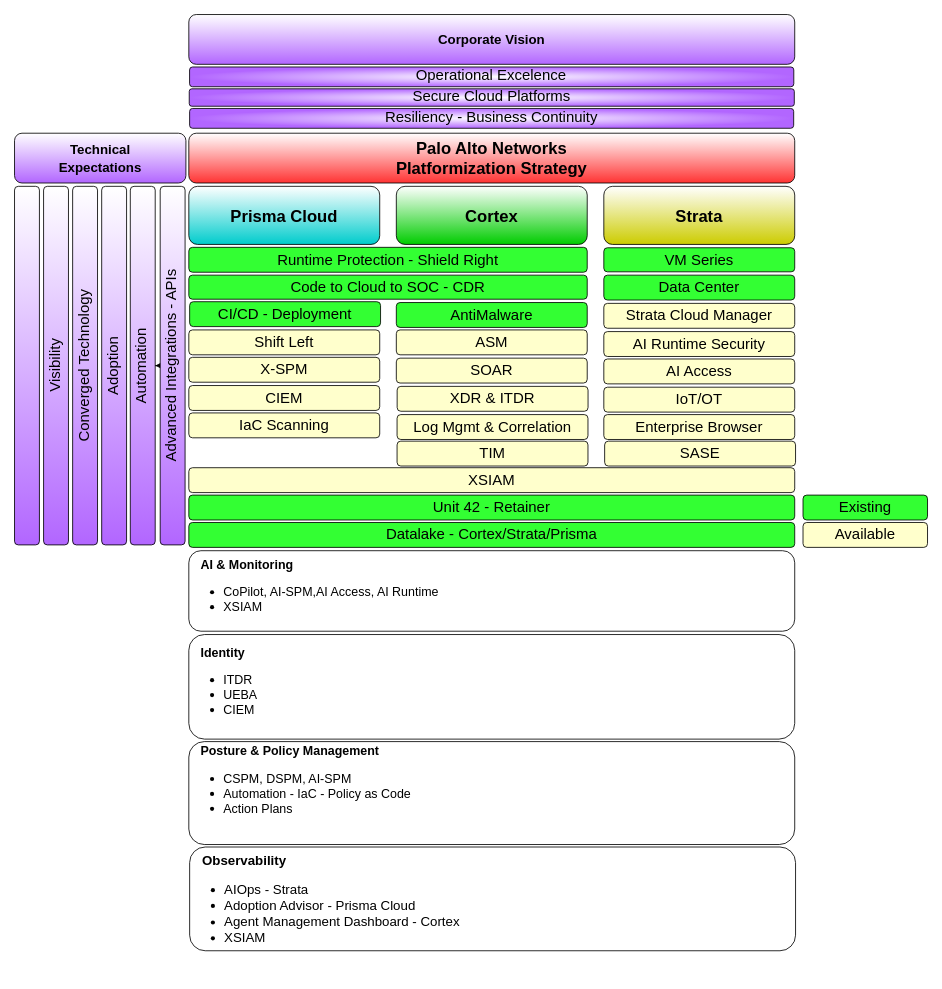
lcastrose/architecture keeps this draw.io diagram as page "Long Term Details" (3 of 3) of BanColombia.drawio. Above is the earlier version. Source tidied: cells renumbered, new cells numbered last; positions are measured from the earlier drawing's top-left corner, leaving out a move shared by most shapes. Both pictures are drawn from the tidied source at 83%, with x=0, y=0 at pixel (14, -226).
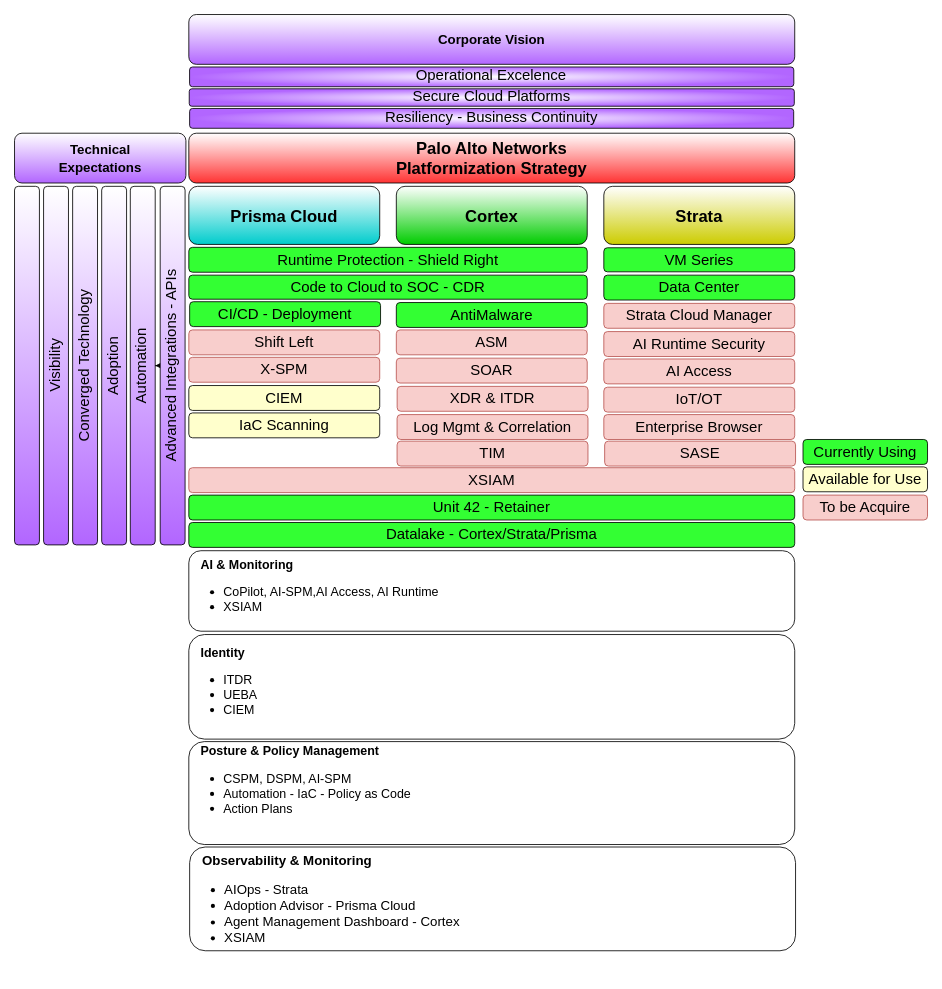
Above is the later version.

What changed in the source:
```diff
@@
-    <mxCell id="9" value="&lt;b&gt;&amp;nbsp; &amp;nbsp;Observability&lt;/b&gt;&lt;div&gt;&lt;ul&gt;&lt;li&gt;AIOps - Strata&lt;/li&gt;&lt;li&gt;Adoption Advisor - Prisma Cloud&lt;/li&gt;&lt;li&gt;Agent Management Dashboard - Cortex&lt;/li&gt;&lt;li&gt;XSIAM&lt;/li&gt;&lt;/ul&gt;&lt;/div&gt;&lt;div&gt;&lt;br&gt;&lt;/div&gt;" style="rounded=1;whiteSpace=wrap;html=1;fontSize=16;align=left;verticalAlign=top;" parent="1" vertex="1">
+    <mxCell id="9" value="&lt;b&gt;&amp;nbsp; &amp;nbsp;Observability &amp;amp; Monitoring&lt;/b&gt;&lt;div&gt;&lt;ul&gt;&lt;li&gt;AIOps - Strata&lt;/li&gt;&lt;li&gt;Adoption Advisor - Prisma Cloud&lt;/li&gt;&lt;li&gt;Agent Management Dashboard - Cortex&lt;/li&gt;&lt;li&gt;XSIAM&lt;/li&gt;&lt;/ul&gt;&lt;/div&gt;&lt;div&gt;&lt;br&gt;&lt;/div&gt;" style="rounded=1;whiteSpace=wrap;html=1;fontSize=16;align=left;verticalAlign=top;" parent="1" vertex="1">
       <mxGeometry x="211" y="1292" width="730" height="125" as="geometry" />
     </mxCell>
@@
-    <mxCell id="15" value="Strata Cloud Manager" style="rounded=1;whiteSpace=wrap;html=1;fontSize=18;fillColor=#FFFFCC;" parent="1" vertex="1">
+    <mxCell id="15" value="Strata Cloud Manager" style="rounded=1;whiteSpace=wrap;html=1;fontSize=18;fillColor=#f8cecc;strokeColor=#b85450;" parent="1" vertex="1">
       <mxGeometry x="710" y="637" width="230" height="30" as="geometry" />
     </mxCell>
@@
-    <mxCell id="20" value="Enterprise Browser" style="rounded=1;whiteSpace=wrap;html=1;fontSize=18;fillColor=#FFFFCC;" parent="1" vertex="1">
+    <mxCell id="20" value="Enterprise Browser" style="rounded=1;whiteSpace=wrap;html=1;fontSize=18;fillColor=#f8cecc;strokeColor=#b85450;" parent="1" vertex="1">
       <mxGeometry x="710" y="771" width="230" height="30" as="geometry" />
     </mxCell>
@@
-    <mxCell id="22" value="Shift Left" style="rounded=1;whiteSpace=wrap;html=1;fontSize=18;fillColor=#FFFFCC;" parent="1" vertex="1">
+    <mxCell id="22" value="Shift Left" style="rounded=1;whiteSpace=wrap;html=1;fontSize=18;fillColor=#f8cecc;strokeColor=#b85450;" parent="1" vertex="1">
       <mxGeometry x="210" y="669" width="230" height="30" as="geometry" />
     </mxCell>
-    <mxCell id="23" value="X-SPM" style="rounded=1;whiteSpace=wrap;html=1;fontSize=18;fillColor=#FFFFCC;" parent="1" vertex="1">
+    <mxCell id="23" value="X-SPM" style="rounded=1;whiteSpace=wrap;html=1;fontSize=18;fillColor=#f8cecc;strokeColor=#b85450;" parent="1" vertex="1">
       <mxGeometry x="210" y="702" width="230" height="30" as="geometry" />
     </mxCell>
@@
-    <mxCell id="25" value="IoT/OT" style="rounded=1;whiteSpace=wrap;html=1;fontSize=18;strokeWidth=1;strokeColor=#000000;fillColor=#FFFFCC;" parent="1" vertex="1">
+    <mxCell id="25" value="IoT/OT" style="rounded=1;whiteSpace=wrap;html=1;fontSize=18;strokeWidth=1;strokeColor=#b85450;fillColor=#f8cecc;" parent="1" vertex="1">
       <mxGeometry x="710" y="738" width="230" height="30" as="geometry" />
     </mxCell>
@@
-    <mxCell id="33" value="XSIAM" style="rounded=1;whiteSpace=wrap;html=1;fontSize=18;fillColor=#FFFFCC;" parent="1" vertex="1">
+    <mxCell id="33" value="XSIAM" style="rounded=1;whiteSpace=wrap;html=1;fontSize=18;fillColor=#f8cecc;strokeColor=#b85450;" parent="1" vertex="1">
       <mxGeometry x="210" y="835" width="730" height="30" as="geometry" />
     </mxCell>
@@
-    <mxCell id="35" value="AI Runtime Security" style="rounded=1;whiteSpace=wrap;html=1;fontSize=18;fillColor=#FFFFCC;" parent="1" vertex="1">
+    <mxCell id="35" value="AI Runtime Security" style="rounded=1;whiteSpace=wrap;html=1;fontSize=18;fillColor=#f8cecc;strokeColor=#b85450;" parent="1" vertex="1">
       <mxGeometry x="710" y="671" width="230" height="30" as="geometry" />
     </mxCell>
-    <mxCell id="36" value="AI Access" style="rounded=1;whiteSpace=wrap;html=1;fontSize=18;fillColor=#FFFFCC;" parent="1" vertex="1">
+    <mxCell id="36" value="AI Access" style="rounded=1;whiteSpace=wrap;html=1;fontSize=18;fillColor=#f8cecc;strokeColor=#b85450;" parent="1" vertex="1">
       <mxGeometry x="710" y="704" width="230" height="30" as="geometry" />
     </mxCell>
-    <mxCell id="37" value="Existing" style="rounded=1;whiteSpace=wrap;html=1;fontSize=18;strokeWidth=1;strokeColor=#000000;fillColor=#33FF33;" parent="1" vertex="1">
-      <mxGeometry x="950" y="868" width="150" height="30" as="geometry" />
+    <mxCell id="37" value="Currently Using" style="rounded=1;whiteSpace=wrap;html=1;fontSize=18;strokeWidth=1;strokeColor=#000000;fillColor=#33FF33;" parent="1" vertex="1">
+      <mxGeometry x="950" y="801" width="150" height="30" as="geometry" />
     </mxCell>
-    <mxCell id="38" value="Available" style="rounded=1;whiteSpace=wrap;html=1;fontSize=18;fillColor=#FFFFCC;" parent="1" vertex="1">
-      <mxGeometry x="950" y="901" width="150" height="30" as="geometry" />
+    <mxCell id="38" value="Available for Use" style="rounded=1;whiteSpace=wrap;html=1;fontSize=18;fillColor=#FFFFCC;" parent="1" vertex="1">
+      <mxGeometry x="950" y="834" width="150" height="30" as="geometry" />
     </mxCell>
@@
-    <mxCell id="41" value="SASE" style="rounded=1;whiteSpace=wrap;html=1;fontSize=18;fillColor=#FFFFCC;" parent="1" vertex="1">
+    <mxCell id="41" value="SASE" style="rounded=1;whiteSpace=wrap;html=1;fontSize=18;fillColor=#f8cecc;strokeColor=#b85450;" parent="1" vertex="1">
       <mxGeometry x="711" y="803" width="230" height="30" as="geometry" />
     </mxCell>
@@
-    <mxCell id="43" value="ASM" style="rounded=1;whiteSpace=wrap;html=1;fontSize=18;fillColor=#FFFFCC;" parent="1" vertex="1">
+    <mxCell id="43" value="ASM" style="rounded=1;whiteSpace=wrap;html=1;fontSize=18;fillColor=#f8cecc;strokeColor=#b85450;" parent="1" vertex="1">
       <mxGeometry x="460" y="669" width="230" height="30" as="geometry" />
     </mxCell>
-    <mxCell id="44" value="SOAR" style="rounded=1;whiteSpace=wrap;html=1;fontSize=18;fillColor=#FFFFCC;" parent="1" vertex="1">
+    <mxCell id="44" value="SOAR" style="rounded=1;whiteSpace=wrap;html=1;fontSize=18;fillColor=#f8cecc;strokeColor=#b85450;" parent="1" vertex="1">
       <mxGeometry x="460" y="703" width="230" height="30" as="geometry" />
     </mxCell>
-    <mxCell id="45" value="XDR &amp;amp; ITDR" style="rounded=1;whiteSpace=wrap;html=1;fontSize=18;fillColor=#FFFFCC;" parent="1" vertex="1">
+    <mxCell id="45" value="XDR &amp;amp; ITDR" style="rounded=1;whiteSpace=wrap;html=1;fontSize=18;fillColor=#f8cecc;strokeColor=#b85450;" parent="1" vertex="1">
       <mxGeometry x="461" y="737" width="230" height="30" as="geometry" />
     </mxCell>
-    <mxCell id="46" value="Log Mgmt &amp;amp; Correlation" style="rounded=1;whiteSpace=wrap;html=1;fontSize=18;fillColor=#FFFFCC;" parent="1" vertex="1">
+    <mxCell id="46" value="Log Mgmt &amp;amp; Correlation" style="rounded=1;whiteSpace=wrap;html=1;fontSize=18;fillColor=#f8cecc;strokeColor=#b85450;" parent="1" vertex="1">
       <mxGeometry x="460.9" y="771" width="230" height="30" as="geometry" />
     </mxCell>
-    <mxCell id="47" value="TIM" style="rounded=1;whiteSpace=wrap;html=1;fontSize=18;fillColor=#FFFFCC;" parent="1" vertex="1">
+    <mxCell id="47" value="TIM" style="rounded=1;whiteSpace=wrap;html=1;fontSize=18;fillColor=#f8cecc;strokeColor=#b85450;" parent="1" vertex="1">
       <mxGeometry x="460.9" y="803" width="230" height="30" as="geometry" />
     </mxCell>
+    <mxCell id="48" value="To be Acquire" style="rounded=1;whiteSpace=wrap;html=1;fontSize=18;fillColor=#f8cecc;strokeColor=#b85450;" parent="1" vertex="1">
+      <mxGeometry x="950" y="868" width="150" height="30" as="geometry" />
+    </mxCell>
```
